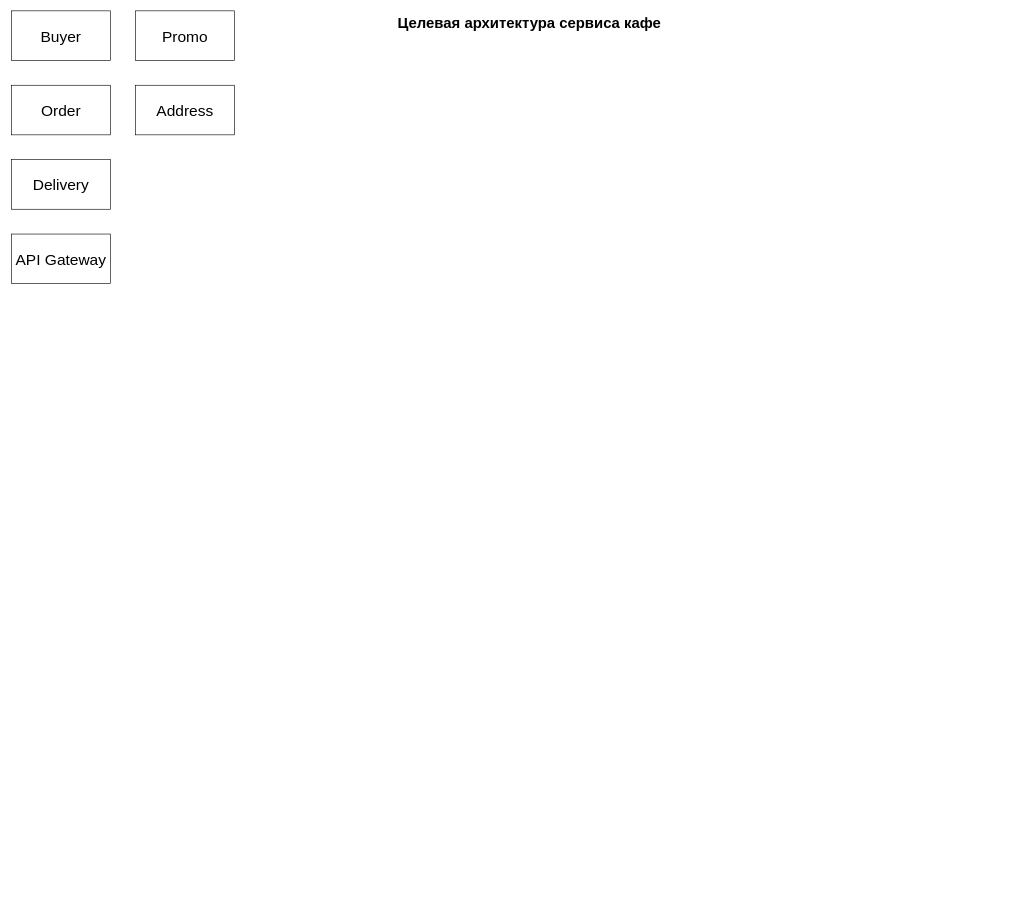
This is Диаграмма без названия.drawio from Iossarian/otus_microservice_architecture, a draw.io file, before an edit. Source tidied: cells renumbered, new cells numbered last; positions are measured from the earlier drawing's top-left corner, leaving out a move shared by most shapes. Both pictures are drawn from the tidied source at 62%, with x=0, y=0 at pixel (11, 11).
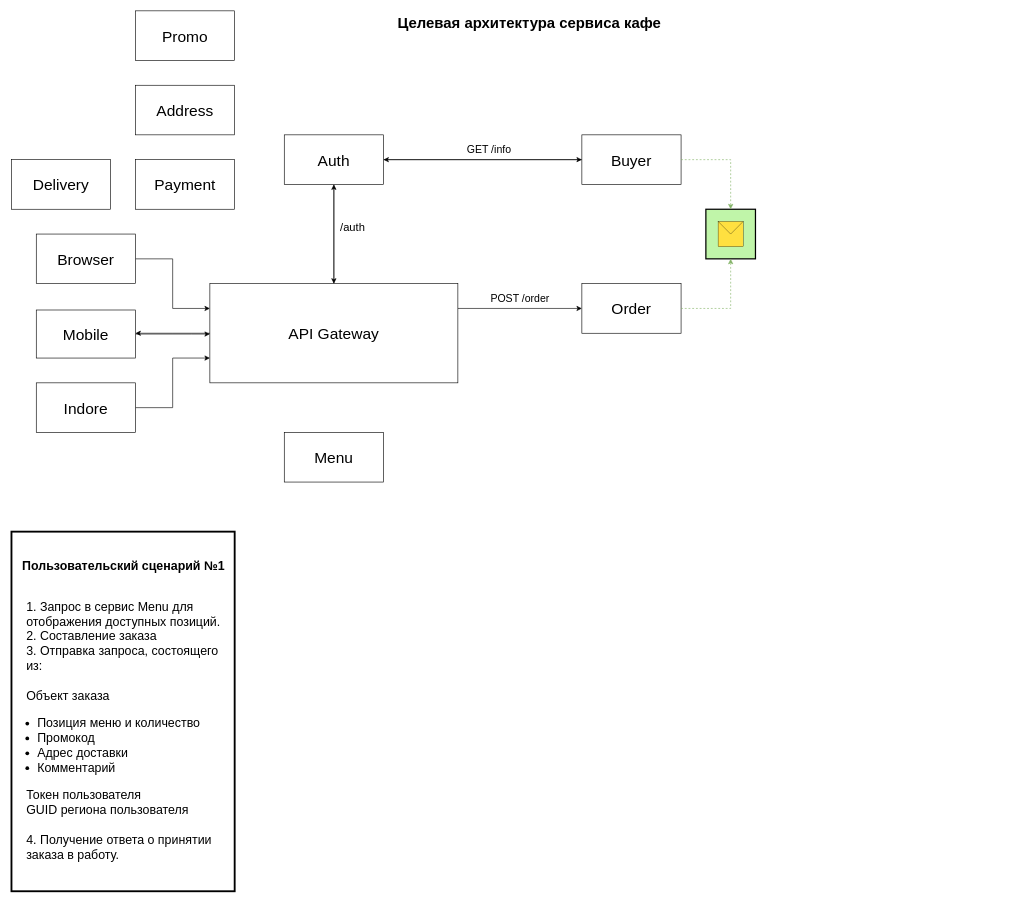
After the change.

What changed in the source:
```diff
@@
+    <mxCell id="9" style="edgeStyle=orthogonalEdgeStyle;rounded=0;jettySize=auto;html=1;" parent="1" edge="1" source="3">
+      <mxGeometry relative="1" as="geometry">
+        <mxPoint x="600" y="240" as="targetPoint" />
+      </mxGeometry>
+    </mxCell>
     <mxCell id="3" value="&lt;font style=&quot;font-size: 25px;&quot;&gt;Buyer&lt;/font&gt;" style="rounded=0;whiteSpace=wrap;html=1;" parent="1" vertex="1">
-      <mxGeometry width="160" height="80" as="geometry" />
+      <mxGeometry x="920" y="200" width="160" height="80" as="geometry" />
     </mxCell>
     <mxCell id="4" value="&lt;font style=&quot;font-size: 25px;&quot;&gt;Order&lt;/font&gt;" style="rounded=0;whiteSpace=wrap;html=1;" parent="1" vertex="1">
-      <mxGeometry y="120" width="160" height="80" as="geometry" />
+      <mxGeometry x="920" y="440" width="160" height="80" as="geometry" />
     </mxCell>
@@
+    <mxCell id="10" style="edgeStyle=orthogonalEdgeStyle;rounded=0;jettySize=auto;html=1;entryX=0.5;entryY=1;entryDx=0;entryDy=0;" parent="1" edge="1" source="6" target="22">
+      <mxGeometry relative="1" as="geometry" />
+    </mxCell>
+    <mxCell id="11" style="edgeStyle=orthogonalEdgeStyle;rounded=0;jettySize=auto;html=1;exitX=1;exitY=0.25;exitDx=0;exitDy=0;entryX=0;entryY=0.5;entryDx=0;entryDy=0;" parent="1" edge="1" source="6" target="4">
+      <mxGeometry relative="1" as="geometry" />
+    </mxCell>
+    <mxCell id="12" style="edgeStyle=orthogonalEdgeStyle;rounded=0;jettySize=auto;html=1;" parent="1" edge="1" source="6">
+      <mxGeometry relative="1" as="geometry">
+        <mxPoint x="200" y="520" as="targetPoint" />
+      </mxGeometry>
+    </mxCell>
-    <mxCell id="6" value="&lt;span style=&quot;font-size: 25px;&quot;&gt;API Gateway&lt;/span&gt;" style="rounded=0;whiteSpace=wrap;html=1;" parent="1" vertex="1">
-      <mxGeometry y="360" width="160" height="80" as="geometry" />
+    <mxCell id="6" value="&lt;span style=&quot;font-size: 25px;&quot;&gt;API Gateway&lt;/span&gt;" style="rounded=0;whiteSpace=wrap;html=1;align=center;" parent="1" vertex="1">
+      <mxGeometry x="320" y="440" width="400" height="160" as="geometry" />
     </mxCell>
@@
+    <mxCell id="13" value="&lt;span style=&quot;font-size: 25px;&quot;&gt;Payment&lt;/span&gt;" style="rounded=0;whiteSpace=wrap;html=1;" parent="1" vertex="1">
+      <mxGeometry x="200" y="240" width="160" height="80" as="geometry" />
+    </mxCell>
+    <mxCell id="14" style="edgeStyle=orthogonalEdgeStyle;rounded=0;jettySize=auto;html=1;" parent="1" edge="1" source="15" target="6">
+      <mxGeometry relative="1" as="geometry">
+        <Array as="points">
+          <mxPoint x="290" y="521" />
+          <mxPoint x="290" y="521" />
+        </Array>
+      </mxGeometry>
+    </mxCell>
+    <mxCell id="15" value="&lt;span style=&quot;font-size: 25px;&quot;&gt;Mobile&lt;/span&gt;" style="rounded=0;whiteSpace=wrap;html=1;" parent="1" vertex="1">
+      <mxGeometry x="40" y="482.5" width="160" height="77.5" as="geometry" />
+    </mxCell>
+    <mxCell id="16" style="edgeStyle=orthogonalEdgeStyle;rounded=0;jettySize=auto;html=1;entryX=0;entryY=0.25;entryDx=0;entryDy=0;" parent="1" edge="1" source="17" target="6">
+      <mxGeometry relative="1" as="geometry" />
+    </mxCell>
+    <mxCell id="17" value="&lt;span style=&quot;font-size: 25px;&quot;&gt;Browser&lt;/span&gt;" style="rounded=0;whiteSpace=wrap;html=1;" parent="1" vertex="1">
+      <mxGeometry x="40" y="360" width="160" height="80" as="geometry" />
+    </mxCell>
+    <mxCell id="18" style="edgeStyle=orthogonalEdgeStyle;rounded=0;jettySize=auto;html=1;entryX=0;entryY=0.75;entryDx=0;entryDy=0;" parent="1" edge="1" source="19" target="6">
+      <mxGeometry relative="1" as="geometry" />
+    </mxCell>
+    <mxCell id="19" value="&lt;span style=&quot;font-size: 25px;&quot;&gt;Indore&lt;/span&gt;" style="rounded=0;whiteSpace=wrap;html=1;" parent="1" vertex="1">
+      <mxGeometry x="40" y="600" width="160" height="80" as="geometry" />
+    </mxCell>
+    <mxCell id="20" style="edgeStyle=orthogonalEdgeStyle;rounded=0;jettySize=auto;html=1;entryX=0;entryY=0.5;entryDx=0;entryDy=0;" parent="1" edge="1" source="22" target="3">
+      <mxGeometry relative="1" as="geometry" />
+    </mxCell>
+    <mxCell id="21" style="edgeStyle=orthogonalEdgeStyle;rounded=0;jettySize=auto;html=1;entryX=0.5;entryY=0;entryDx=0;entryDy=0;" parent="1" edge="1" source="22" target="6">
+      <mxGeometry relative="1" as="geometry" />
+    </mxCell>
+    <mxCell id="22" value="&lt;font style=&quot;font-size: 25px;&quot;&gt;Auth&lt;/font&gt;" style="rounded=0;whiteSpace=wrap;html=1;" parent="1" vertex="1">
+      <mxGeometry x="440" y="200" width="160" height="80" as="geometry" />
+    </mxCell>
+    <mxCell id="23" value="&lt;font style=&quot;font-size: 18px;&quot;&gt;/auth&lt;/font&gt;" style="text;html=1;align=center;verticalAlign=middle;strokeColor=none;fillColor=none;" parent="1" vertex="1">
+      <mxGeometry x="520" y="330" width="60" height="40" as="geometry" />
+    </mxCell>
+    <mxCell id="24" value="&lt;font style=&quot;font-size: 17px;&quot;&gt;GET /info&lt;/font&gt;" style="text;html=1;align=center;verticalAlign=middle;strokeColor=none;fillColor=none;" parent="1" vertex="1">
+      <mxGeometry x="720" y="210" width="100" height="30" as="geometry" />
+    </mxCell>
+    <mxCell id="25" style="html=1;strokeWidth=2;outlineConnect=0;dashed=0;align=center;fontSize=8;fillColor=#c0f5a9;verticalLabelPosition=bottom;verticalAlign=top;shape=mxgraph.eip.envelope_wrapper;" parent="1" vertex="1">
+      <mxGeometry x="1120" y="320" width="80" height="80" as="geometry" />
+    </mxCell>
+    <mxCell id="26" style="edgeStyle=orthogonalEdgeStyle;rounded=0;jettySize=auto;html=1;entryX=0.5;entryY=1;entryDx=0;entryDy=0;entryPerimeter=0;fillColor=#d5e8d4;strokeColor=#82b366;dashed=1;" parent="1" edge="1" source="4" target="25">
+      <mxGeometry relative="1" as="geometry" />
+    </mxCell>
+    <mxCell id="27" style="edgeStyle=orthogonalEdgeStyle;rounded=0;jettySize=auto;html=1;entryX=0.5;entryY=0;entryDx=0;entryDy=0;entryPerimeter=0;fillColor=#d5e8d4;strokeColor=#82b366;dashed=1;" parent="1" edge="1" source="3" target="25">
+      <mxGeometry relative="1" as="geometry" />
+    </mxCell>
+    <mxCell id="28" value="&lt;font style=&quot;font-size: 17px;&quot;&gt;POST /order&lt;/font&gt;" style="text;html=1;align=center;verticalAlign=middle;strokeColor=none;fillColor=none;" parent="1" vertex="1">
+      <mxGeometry x="760" y="450" width="120" height="30" as="geometry" />
+    </mxCell>
+    <mxCell id="29" value="&lt;span style=&quot;font-size: 25px;&quot;&gt;Menu&lt;/span&gt;" style="rounded=0;whiteSpace=wrap;html=1;" parent="1" vertex="1">
+      <mxGeometry x="440" y="680" width="160" height="80" as="geometry" />
+    </mxCell>
+    <mxCell id="30" value="&lt;h1 style=&quot;text-align: center;&quot;&gt;&lt;span style=&quot;font-size: 20px;&quot;&gt;Пользовательский сценарий №1&lt;/span&gt;&lt;/h1&gt;&lt;div&gt;&lt;span style=&quot;font-size: 20px;&quot;&gt;&lt;br&gt;&lt;/span&gt;&lt;/div&gt;&lt;div style=&quot;&quot;&gt;&lt;span style=&quot;font-size: 20px;&quot;&gt;&amp;nbsp; &amp;nbsp; 1. Запрос в сервис Menu для&amp;nbsp; &amp;nbsp; &amp;nbsp; &amp;nbsp; &amp;nbsp; &amp;nbsp; &amp;nbsp; &amp;nbsp; отображения доступных позиций.&lt;/span&gt;&lt;/div&gt;&lt;div style=&quot;&quot;&gt;&lt;span style=&quot;font-size: 20px;&quot;&gt;&amp;nbsp; &amp;nbsp; 2. Составление заказа&lt;/span&gt;&lt;/div&gt;&lt;div style=&quot;&quot;&gt;&lt;span style=&quot;font-size: 20px;&quot;&gt;&amp;nbsp; &amp;nbsp; 3. Отправка запроса, состоящего&amp;nbsp; &amp;nbsp; &amp;nbsp; &amp;nbsp; из:&lt;br&gt;&lt;br&gt;&amp;nbsp; &amp;nbsp; Объект заказа&lt;br&gt;&lt;ul&gt;&lt;li&gt;&lt;span style=&quot;font-size: 20px;&quot;&gt;Позиция меню и количество&lt;/span&gt;&lt;/li&gt;&lt;li&gt;&lt;span style=&quot;font-size: 20px;&quot;&gt;Промокод&lt;/span&gt;&lt;/li&gt;&lt;li&gt;&lt;span style=&quot;font-size: 20px;&quot;&gt;Адрес доставки&lt;/span&gt;&lt;/li&gt;&lt;li&gt;&lt;span style=&quot;font-size: 20px;&quot;&gt;Комментарий&lt;/span&gt;&lt;/li&gt;&lt;/ul&gt;&lt;div&gt;&amp;nbsp; &amp;nbsp; Токен пользователя&lt;br&gt;&amp;nbsp; &amp;nbsp; GUID региона пользователя&lt;/div&gt;&lt;div&gt;&lt;br&gt;&lt;/div&gt;&lt;div&gt;&amp;nbsp; &amp;nbsp; 4. Получение ответа о принятии&amp;nbsp; &amp;nbsp; &amp;nbsp; &amp;nbsp; &amp;nbsp; заказа в работу.&lt;/div&gt;&lt;br&gt;&lt;/span&gt;&lt;/div&gt;" style="rounded=0;whiteSpace=wrap;html=1;perimeterSpacing=9;strokeWidth=3;align=left;" parent="1" vertex="1">
+      <mxGeometry y="840" width="360" height="580" as="geometry" />
+    </mxCell>
```
